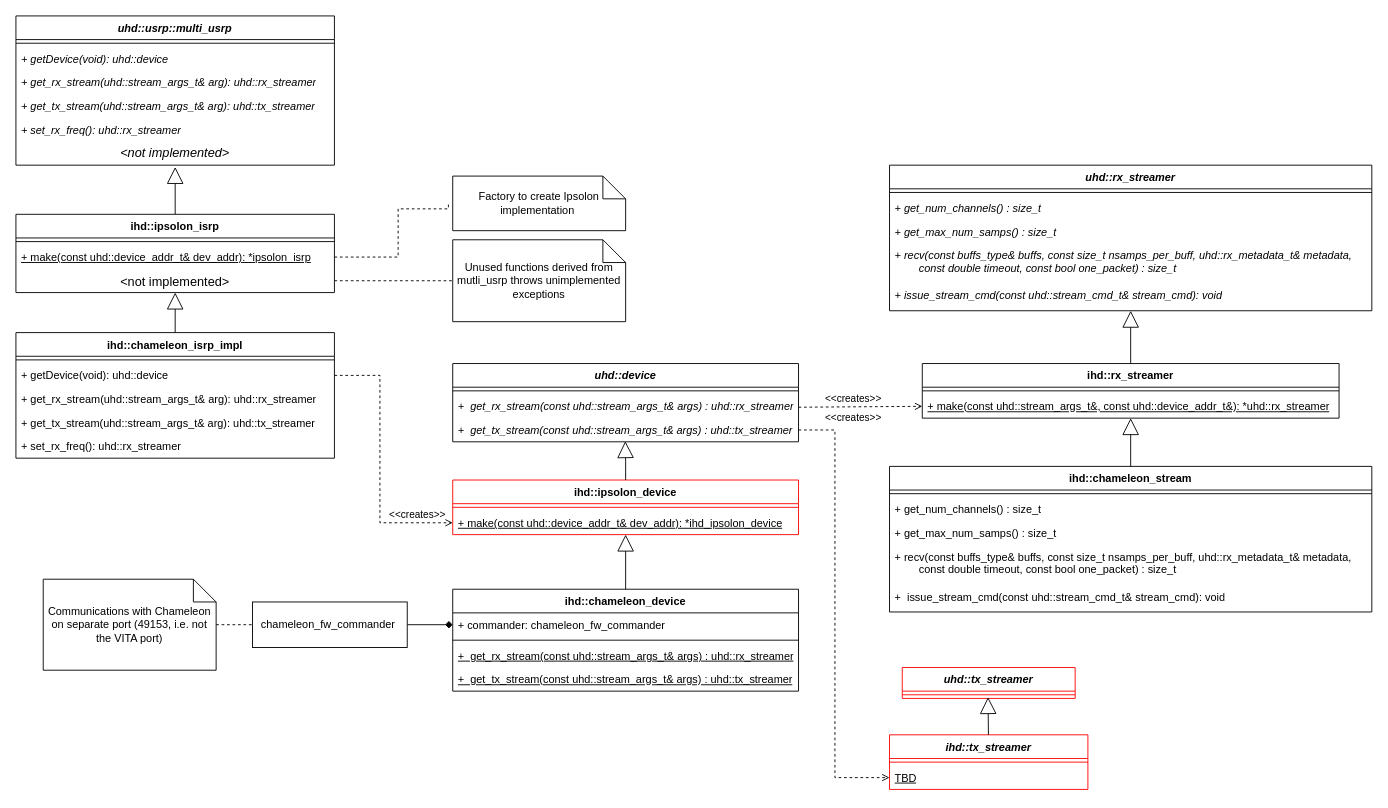
Before: doc/drawings/IHD.drawio in ipsolon/ihd, a draw.io diagram. Source tidied: cells renumbered, new cells numbered last; positions are measured from the earlier drawing's top-left corner, leaving out a move shared by most shapes. Both pictures are drawn from the tidied source at 91%, with x=0, y=0 at pixel (15, 15).
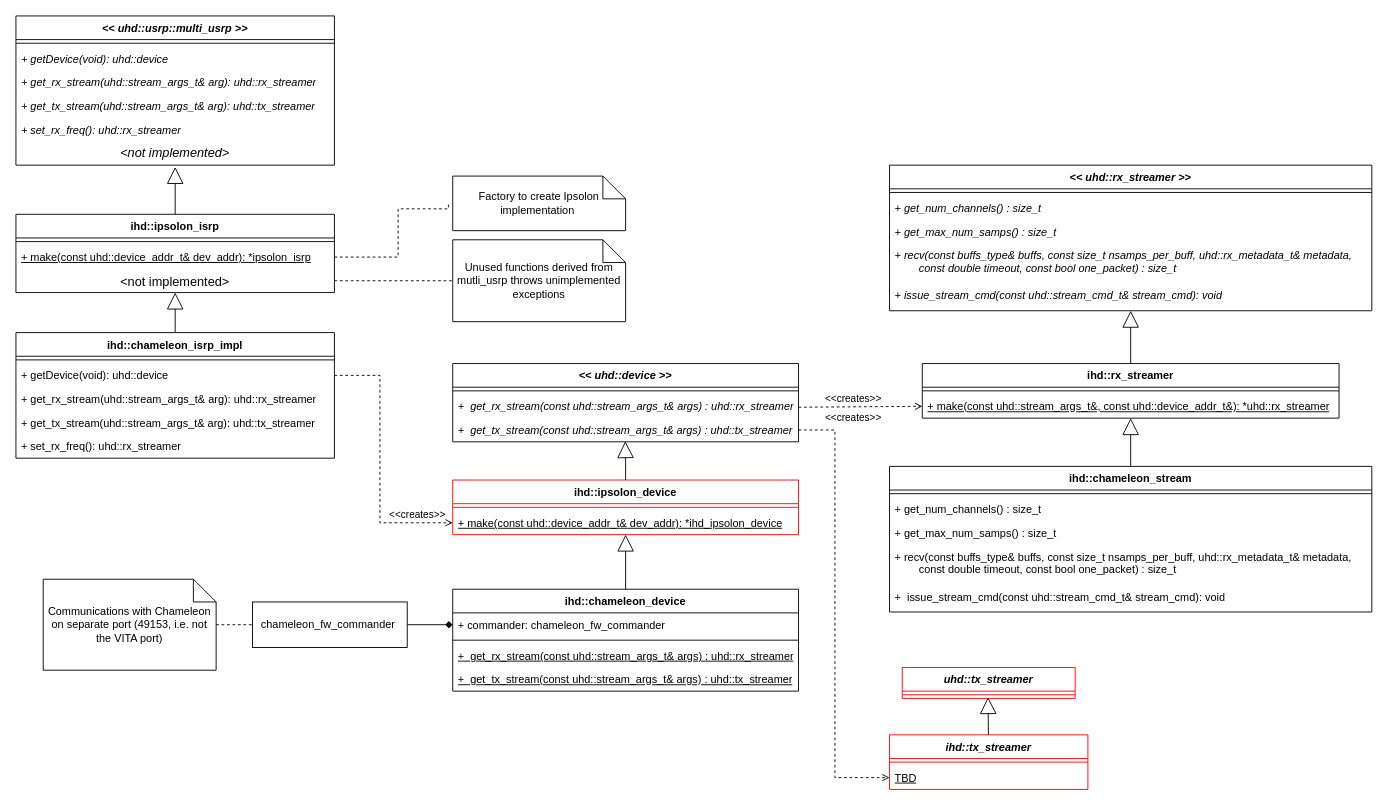
Above is the later version.

Commit message (it also covers changes not shown here):
Update UML drawing to show interfaces

The edit, as a diff of the source:
```diff
@@
-    <mxCell id="2" value="uhd::usrp::multi_usrp" style="swimlane;fontStyle=3;align=center;verticalAlign=top;horizontal=1;startSize=26;whiteSpace=wrap;html=1;" parent="1" vertex="1">
+    <mxCell id="2" value="&amp;lt;&amp;lt; uhd::usrp::multi_usrp &amp;gt;&amp;gt;" style="swimlane;fontStyle=3;align=center;verticalAlign=top;horizontal=1;startSize=26;whiteSpace=wrap;html=1;" parent="1" vertex="1">
       <mxGeometry width="350" height="164" as="geometry" />
     </mxCell>
@@
-    <mxCell id="28" value="uhd::device" style="swimlane;fontStyle=3;align=center;verticalAlign=top;horizontal=1;startSize=26;whiteSpace=wrap;html=1;" parent="1" vertex="1">
+    <mxCell id="28" value="&amp;lt;&amp;lt; uhd::device &amp;gt;&amp;gt;" style="swimlane;fontStyle=3;align=center;verticalAlign=top;horizontal=1;startSize=26;whiteSpace=wrap;html=1;" parent="1" vertex="1">
       <mxGeometry x="480" y="382" width="380" height="86" as="geometry" />
     </mxCell>
@@
-    <mxCell id="40" value="uhd::rx_streamer" style="swimlane;fontStyle=3;align=center;verticalAlign=top;horizontal=1;startSize=26;whiteSpace=wrap;html=1;" parent="1" vertex="1">
+    <mxCell id="40" value="&amp;lt;&amp;lt; uhd::rx_streamer &amp;gt;&amp;gt;" style="swimlane;fontStyle=3;align=center;verticalAlign=top;horizontal=1;startSize=26;whiteSpace=wrap;html=1;" parent="1" vertex="1">
       <mxGeometry x="960" y="164" width="530" height="160" as="geometry" />
     </mxCell>
```
